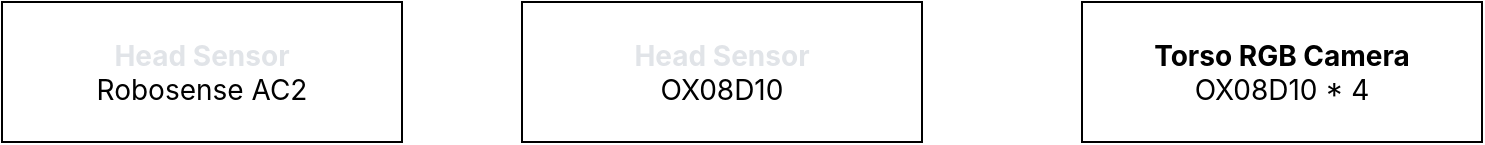
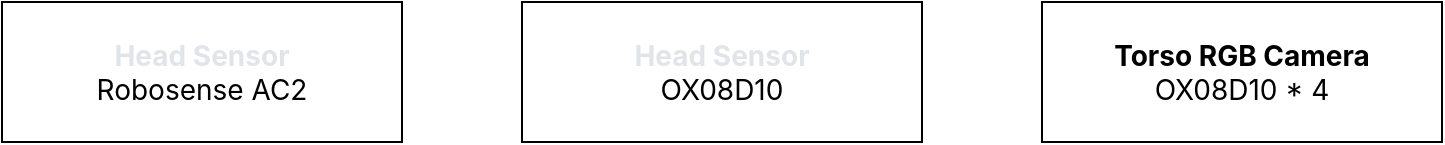
<mxfile host="app.diagrams.net">
  <diagram name="第 1 页" id="LXRXHt9DRMbfsnbOX2XS">
    <mxGraphModel dx="1947" dy="734" grid="1" gridSize="10" guides="1" tooltips="1" connect="1" arrows="1" fold="1" page="1" pageScale="1" pageWidth="827" pageHeight="1169" math="0" shadow="0">
      <root>
        <mxCell id="0" />
        <mxCell id="1" parent="0" />
        <mxCell id="if_Ictj8y_H9tt94Ulmm-2" parent="1" style="rounded=0;whiteSpace=wrap;html=1;" value="&lt;div&gt;&lt;span style=&quot;font-family: -apple-system, BlinkMacSystemFont, &amp;quot;Segoe WPC&amp;quot;, &amp;quot;Segoe UI&amp;quot;, system-ui, Ubuntu, &amp;quot;Droid Sans&amp;quot;, sans-serif; font-size: 14px; text-align: start;&quot;&gt;&lt;font style=&quot;color: light-dark(rgb(225, 228, 232), rgb(255, 255, 255));&quot;&gt;&lt;b&gt;Head Sensor&lt;/b&gt;&lt;/font&gt;&lt;/span&gt;&lt;/div&gt;&lt;div&gt;&lt;span style=&quot;font-family: -apple-system, BlinkMacSystemFont, &amp;quot;Segoe WPC&amp;quot;, &amp;quot;Segoe UI&amp;quot;, system-ui, Ubuntu, &amp;quot;Droid Sans&amp;quot;, sans-serif; font-size: 14px; text-align: start;&quot;&gt;Robosense AC2&lt;/span&gt;&lt;/div&gt;" vertex="1">
          <mxGeometry height="70" width="200" x="-30" y="210" as="geometry" />
        </mxCell>
        <mxCell id="if_Ictj8y_H9tt94Ulmm-3" parent="1" style="rounded=0;whiteSpace=wrap;html=1;align=center;" value="&lt;div style=&quot;&quot;&gt;&lt;span style=&quot;font-family: -apple-system, BlinkMacSystemFont, &amp;quot;Segoe WPC&amp;quot;, &amp;quot;Segoe UI&amp;quot;, system-ui, Ubuntu, &amp;quot;Droid Sans&amp;quot;, sans-serif; font-size: 14px;&quot;&gt;&lt;b&gt;Torso RGB Camera&lt;/b&gt;&lt;/span&gt;&lt;span style=&quot;background-color: transparent; color: light-dark(rgb(0, 0, 0), rgb(255, 255, 255)); font-size: 14px;&quot;&gt;&lt;font face=&quot;-apple-system, BlinkMacSystemFont, Segoe WPC, Segoe UI, system-ui, Ubuntu, Droid Sans, sans-serif&quot;&gt;&lt;/font&gt;&lt;/span&gt;&lt;/div&gt;&lt;div style=&quot;&quot;&gt;&lt;span style=&quot;background-color: transparent; color: light-dark(rgb(0, 0, 0), rgb(255, 255, 255)); font-size: 14px;&quot;&gt;&lt;font face=&quot;-apple-system, BlinkMacSystemFont, Segoe WPC, Segoe UI, system-ui, Ubuntu, Droid Sans, sans-serif&quot;&gt;OX08D10 * 4&lt;/font&gt;&lt;/span&gt;&lt;/div&gt;" vertex="1">
-           <mxGeometry height="70" width="200" x="510" y="210" as="geometry" />
+           <mxGeometry height="70" width="200" x="490" y="210" as="geometry" />
        </mxCell>
        <mxCell id="0J0jtPP8bCpQZUBdG7A1-1" parent="1" style="rounded=0;whiteSpace=wrap;html=1;" value="&lt;div&gt;&lt;span style=&quot;font-family: -apple-system, BlinkMacSystemFont, &amp;quot;Segoe WPC&amp;quot;, &amp;quot;Segoe UI&amp;quot;, system-ui, Ubuntu, &amp;quot;Droid Sans&amp;quot;, sans-serif; font-size: 14px; text-align: start;&quot;&gt;&lt;font style=&quot;color: light-dark(rgb(225, 228, 232), rgb(255, 255, 255));&quot;&gt;&lt;b&gt;Head Sensor&lt;/b&gt;&lt;/font&gt;&lt;/span&gt;&lt;/div&gt;&lt;div&gt;&lt;span style=&quot;font-family: -apple-system, BlinkMacSystemFont, &amp;quot;Segoe WPC&amp;quot;, &amp;quot;Segoe UI&amp;quot;, system-ui, Ubuntu, &amp;quot;Droid Sans&amp;quot;, sans-serif; font-size: 14px; text-align: start;&quot;&gt;OX08D10&lt;/span&gt;&lt;/div&gt;" vertex="1">
          <mxGeometry height="70" width="200" x="230" y="210" as="geometry" />
        </mxCell>
      </root>
    </mxGraphModel>
  </diagram>
</mxfile>
